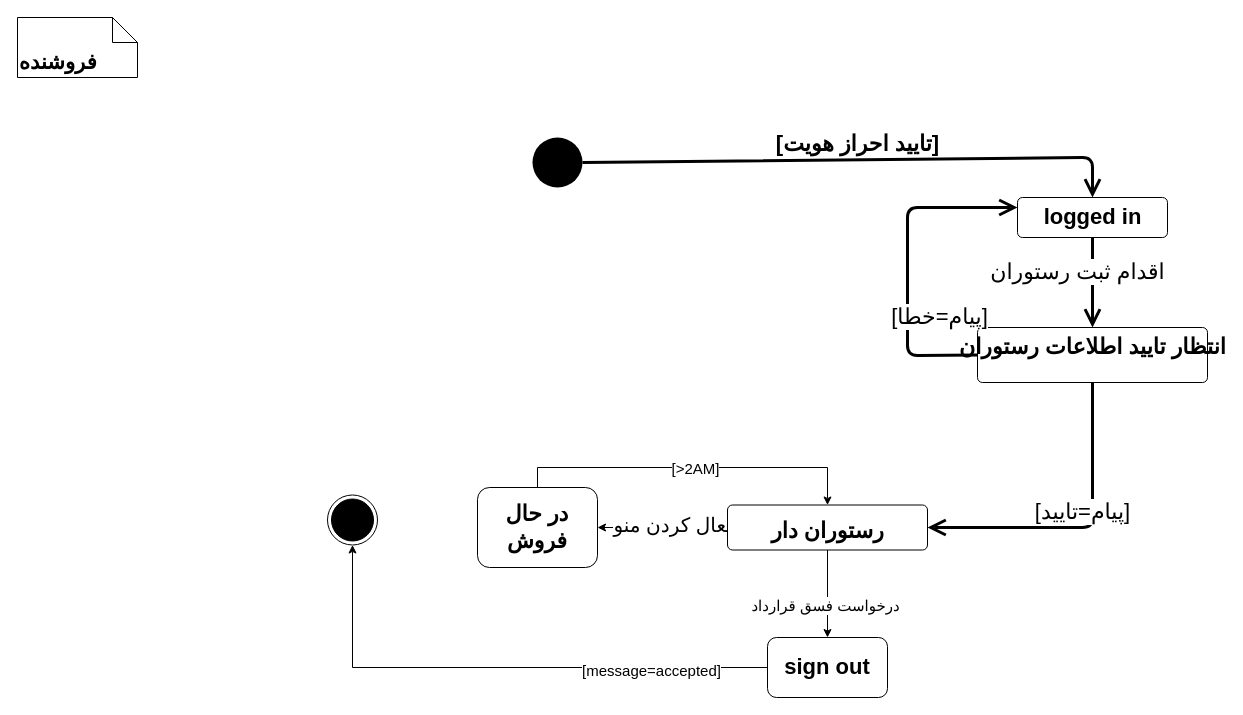
khoramian/TahDig_SoftwareEngineering keeps this draw.io diagram as Behavioural Modeling/seller_state.drawio. Above is the earlier version. Source tidied: cells renumbered, new cells numbered last; positions are measured from the earlier drawing's top-left corner, leaving out a move shared by most shapes. Both pictures are drawn from the tidied source at 100%, with x=0, y=0 at pixel (17, 17).
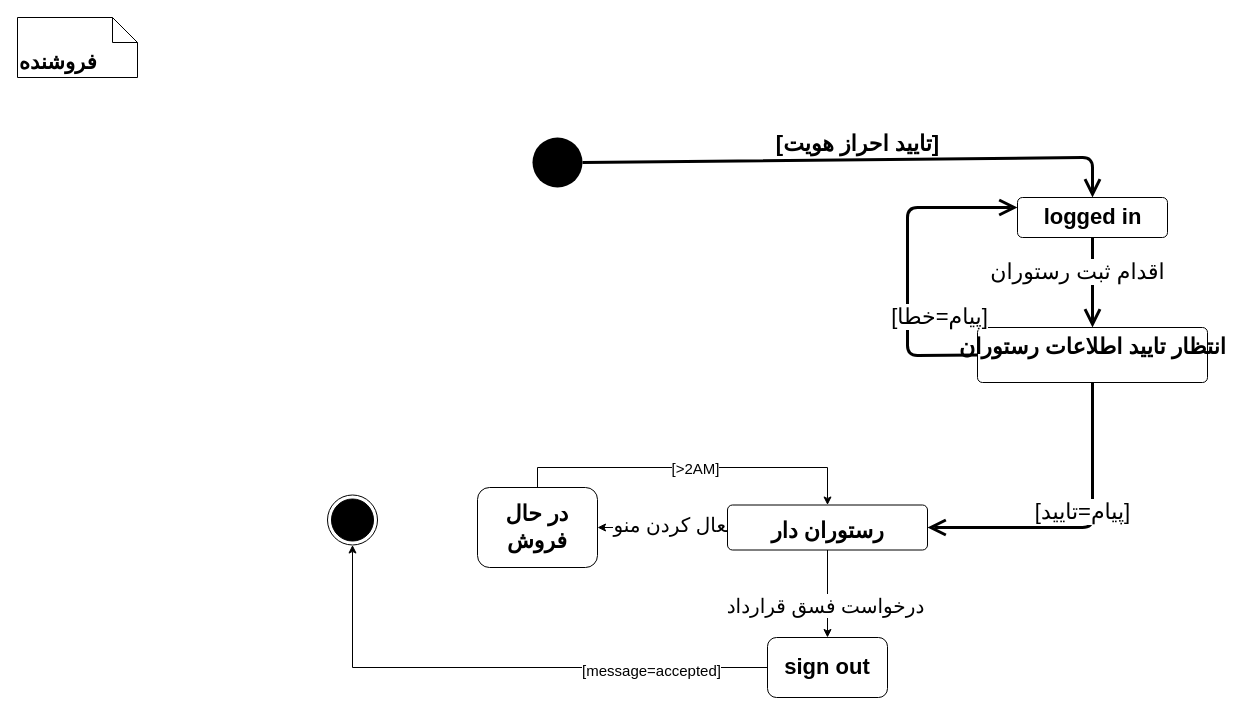
The same diagram, later.

The change refers to these unchanged cells:
```xml
<mxCell id="12" style="edgeStyle=orthogonalEdgeStyle;rounded=0;jettySize=auto;html=1;exitX=0.5;exitY=1;exitDx=0;exitDy=0;fontSize=15;" parent="1" edge="1" source="14" target="21">
  <mxGeometry relative="1" as="geometry" />
</mxCell>
```

Change to the diagram source:
```diff
@@
-    <mxCell id="13" value="درخواست فسق قرارداد" style="edgeLabel;html=1;align=center;verticalAlign=middle;fontSize=15;" parent="12" vertex="1">
+    <mxCell id="13" value="&lt;font style=&quot;font-size: 20px&quot;&gt;درخواست فسق قرارداد&lt;/font&gt;" style="edgeLabel;html=1;align=center;verticalAlign=middle;fontSize=15;" parent="12" vertex="1">
       <mxGeometry x="0.26" y="-3" relative="1" as="geometry" />
     </mxCell>
```
